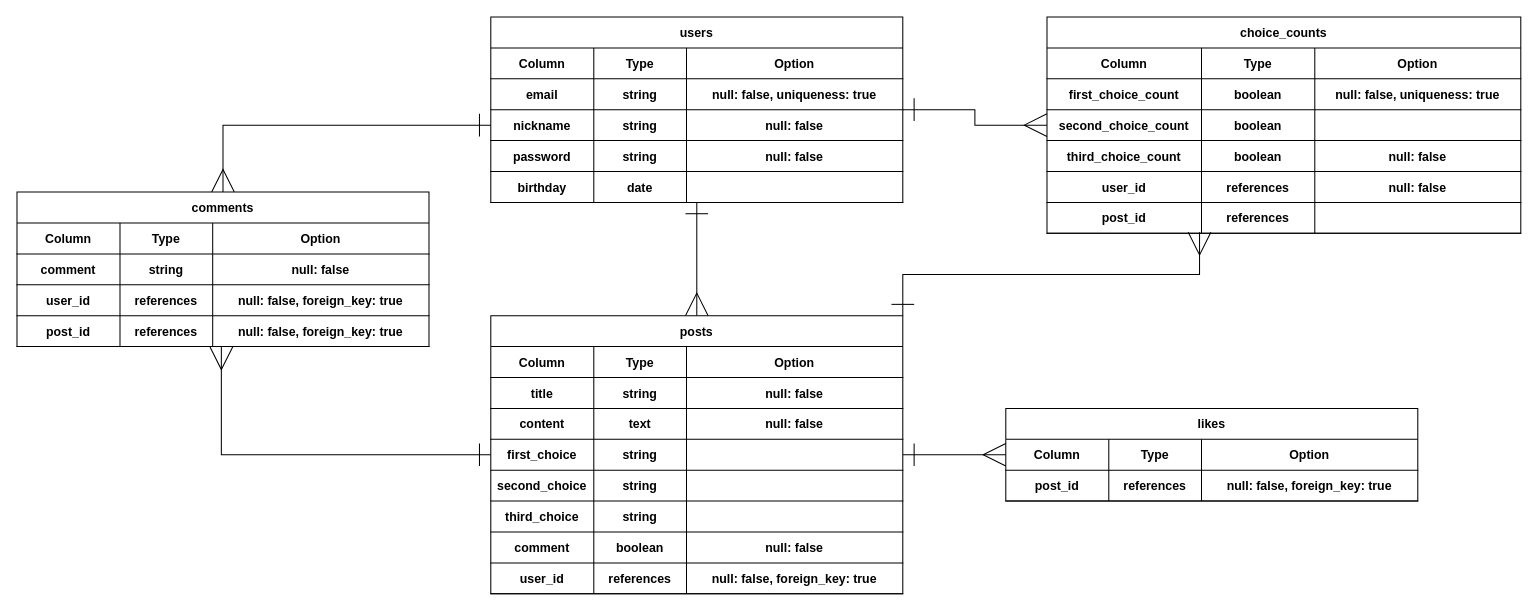
Tomoaki-git/FUTARIGOTO keeps this draw.io diagram as db/ERdaigram.drawio. Above is the earlier version. Source tidied: cells renumbered, new cells numbered last; positions are measured from the earlier drawing's top-left corner, leaving out a move shared by most shapes. Both pictures are drawn from the tidied source at 103%, with x=0, y=0 at pixel (16, 16).
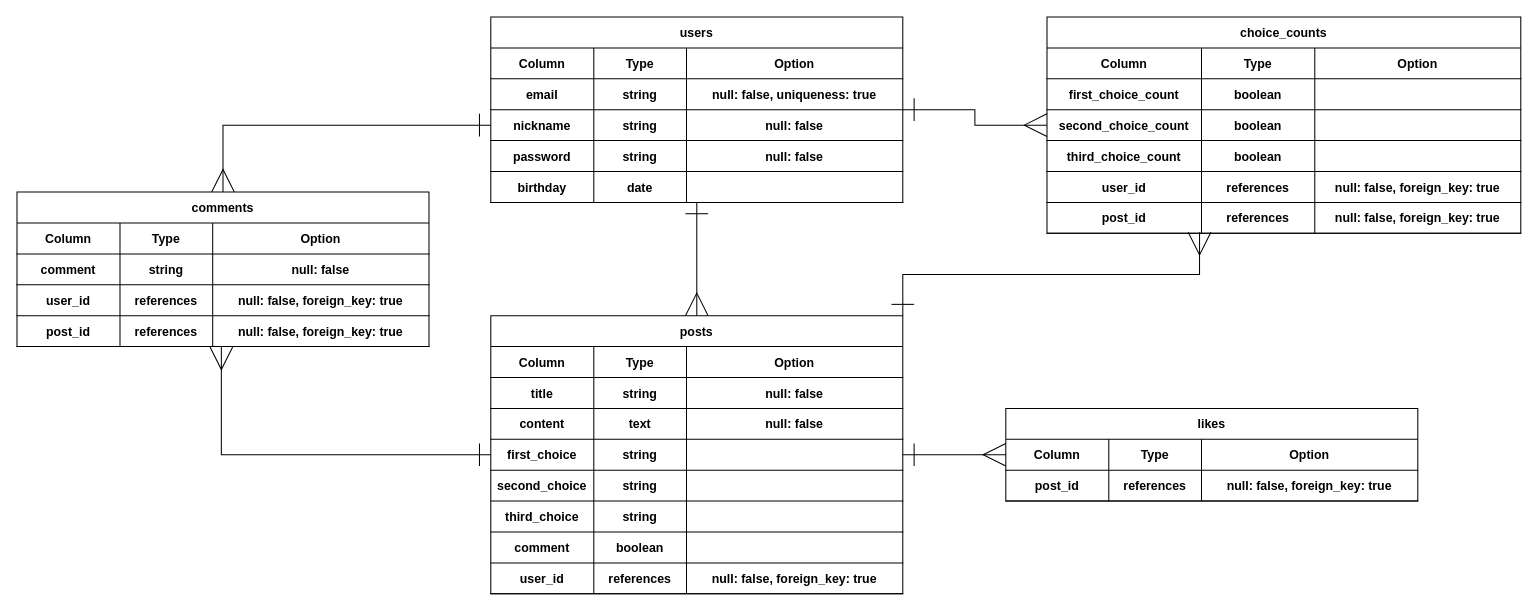
The same diagram, later.

Unchanged cells that the change refers to:
```xml
<mxCell id="52" style="shape=partialRectangle;fillColor=none;top=0;left=0;bottom=1;right=0;" parent="27" vertex="1">
  <mxGeometry y="210" width="400" height="30" as="geometry" />
</mxCell>
<mxCell id="94" style="shape=partialRectangle;fillColor=none;top=0;left=0;bottom=1;right=0;" parent="89" vertex="1">
  <mxGeometry y="60" width="460" height="30" as="geometry" />
</mxCell>
<mxCell id="102" style="shape=partialRectangle;fillColor=none;top=0;left=0;bottom=1;right=0;" parent="89" vertex="1">
  <mxGeometry y="120" width="460" height="30" as="geometry" />
</mxCell>
<mxCell id="106" style="shape=partialRectangle;fillColor=none;top=0;left=0;bottom=1;right=0;" parent="89" vertex="1">
  <mxGeometry y="150" width="460" height="30" as="geometry" />
</mxCell>
<mxCell id="110" style="shape=partialRectangle;fillColor=none;top=0;left=0;bottom=1;right=0;points=[[0,0.5],[1,0.5]];portConstraint=eastwest;" parent="89" vertex="1">
  <mxGeometry y="180" width="460" height="30" as="geometry" />
</mxCell>
```

Diff of the diagram source:
```diff
@@
-    <mxCell id="55" value="null: false" style="shape=partialRectangle;fillColor=none;top=0;left=0;bottom=0;right=0;fontStyle=1;overflow=hidden;" parent="52" vertex="1">
+    <mxCell id="55" style="shape=partialRectangle;fillColor=none;top=0;left=0;bottom=0;right=0;fontStyle=1;overflow=hidden;" parent="52" vertex="1">
       <mxGeometry x="190" width="210" height="30" as="geometry" />
     </mxCell>
@@
-    <mxCell id="97" value="null: false, uniqueness: true" style="shape=partialRectangle;fillColor=none;top=0;left=0;bottom=0;right=0;fontStyle=1;overflow=hidden;" parent="94" vertex="1">
+    <mxCell id="97" style="shape=partialRectangle;fillColor=none;top=0;left=0;bottom=0;right=0;fontStyle=1;overflow=hidden;" parent="94" vertex="1">
       <mxGeometry x="260" width="200" height="30" as="geometry" />
     </mxCell>
@@
-    <mxCell id="105" value="null: false" style="shape=partialRectangle;fillColor=none;top=0;left=0;bottom=0;right=0;fontStyle=1;overflow=hidden;" parent="102" vertex="1">
+    <mxCell id="105" style="shape=partialRectangle;fillColor=none;top=0;left=0;bottom=0;right=0;fontStyle=1;overflow=hidden;" parent="102" vertex="1">
       <mxGeometry x="260" width="200" height="30" as="geometry" />
     </mxCell>
@@
-    <mxCell id="109" value="null: false" style="shape=partialRectangle;fillColor=none;top=0;left=0;bottom=0;right=0;fontStyle=1;overflow=hidden;" parent="106" vertex="1">
+    <mxCell id="109" value="null: false, foreign_key: true" style="shape=partialRectangle;fillColor=none;top=0;left=0;bottom=0;right=0;fontStyle=1;overflow=hidden;" parent="106" vertex="1">
       <mxGeometry x="260" width="200" height="30" as="geometry" />
     </mxCell>
@@
-    <mxCell id="113" style="shape=partialRectangle;fillColor=none;top=0;left=0;bottom=0;right=0;fontStyle=1;overflow=hidden;" parent="110" vertex="1">
+    <mxCell id="113" value="null: false, foreign_key: true" style="shape=partialRectangle;fillColor=none;top=0;left=0;bottom=0;right=0;fontStyle=1;overflow=hidden;" parent="110" vertex="1">
       <mxGeometry x="260" width="200" height="30" as="geometry" />
     </mxCell>
```
